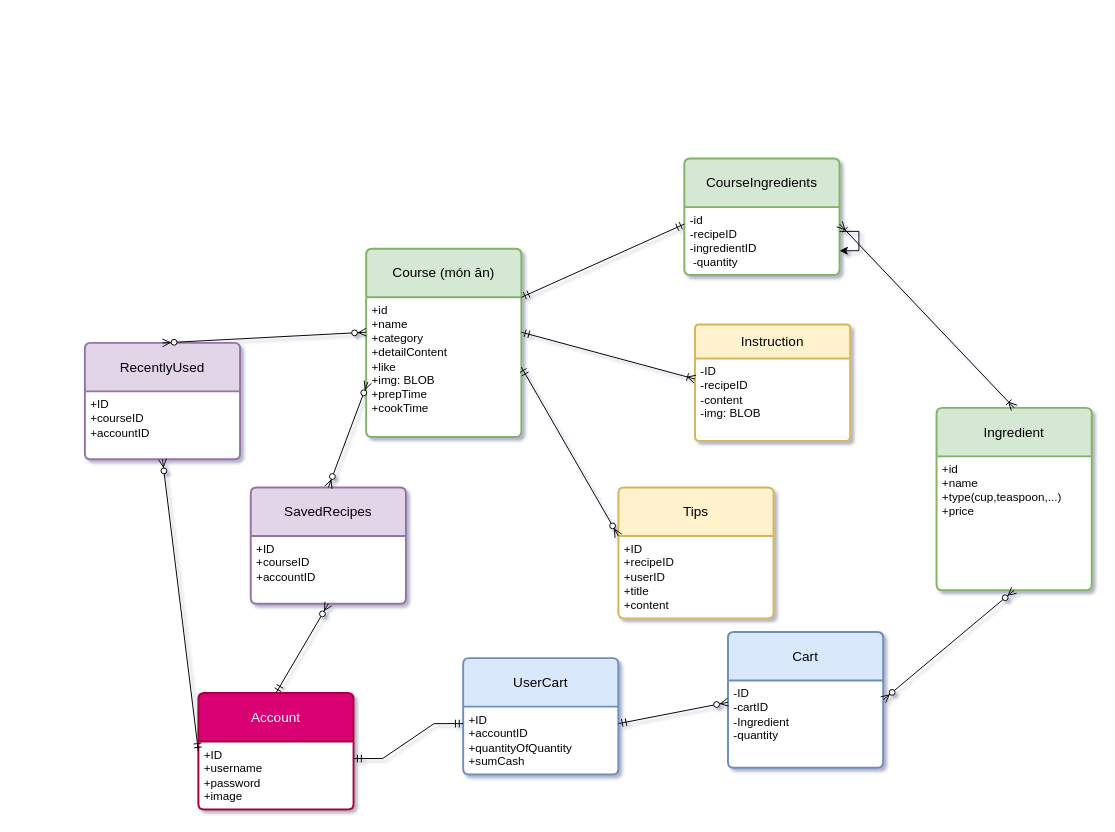
This is Untitled Diagram.drawio from HoKhanhDang/CookingApp, a draw.io file, before an edit. Source tidied: cells renumbered, new cells numbered last; positions are measured from the earlier drawing's top-left corner, leaving out a move shared by most shapes. Both pictures are drawn from the tidied source at 97%, with x=0, y=0 at pixel (84, 158).
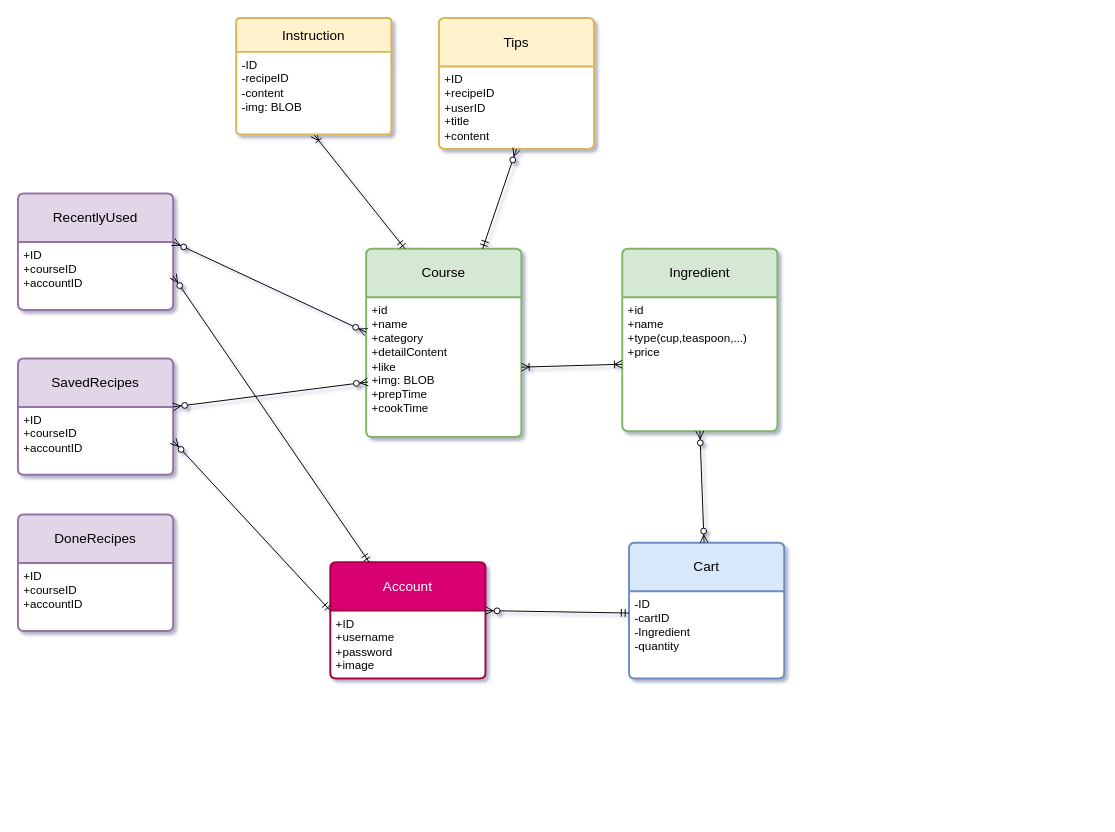
Above is the later version.

Unchanged cells that the change refers to:
```xml
<mxCell id="3" value="+id&lt;div&gt;+name&lt;/div&gt;&lt;div&gt;+type(cup,teaspoon,...)&lt;/div&gt;&lt;div&gt;+price&lt;/div&gt;&lt;div&gt;&lt;br&gt;&lt;/div&gt;" style="align=left;strokeColor=none;fillColor=none;spacingLeft=4;fontSize=12;verticalAlign=top;html=1;" parent="2" vertex="1">
  <mxGeometry y="50" width="160" height="138" as="geometry" />
</mxCell>
<mxCell id="5" value="+id&lt;div&gt;+name&lt;br&gt;&lt;div&gt;+category&lt;/div&gt;&lt;div&gt;&lt;div&gt;+detailContent&lt;/div&gt;&lt;div&gt;+like&lt;/div&gt;&lt;div&gt;+img: BLOB&lt;/div&gt;&lt;/div&gt;&lt;/div&gt;&lt;div&gt;&lt;div&gt;+prepTime&lt;/div&gt;&lt;div&gt;+cookTime&lt;/div&gt;&lt;/div&gt;" style="align=left;strokeColor=none;fillColor=none;spacingLeft=4;fontSize=12;verticalAlign=top;html=1;" parent="4" vertex="1">
  <mxGeometry y="50" width="160" height="144" as="geometry" />
</mxCell>
<mxCell id="9" value="+ID&lt;div&gt;+recipeID&lt;/div&gt;&lt;div&gt;&lt;div&gt;+userID&lt;/div&gt;&lt;div&gt;+title&lt;/div&gt;&lt;div&gt;+content&lt;/div&gt;&lt;div&gt;&amp;nbsp;&lt;/div&gt;&lt;/div&gt;" style="align=left;strokeColor=none;fillColor=none;spacingLeft=4;fontSize=12;verticalAlign=top;html=1;" parent="8" vertex="1">
  <mxGeometry y="50" width="160" height="85" as="geometry" />
</mxCell>
<mxCell id="14" value="+ID&lt;div&gt;+username&lt;/div&gt;&lt;div&gt;+password&lt;/div&gt;&lt;div&gt;+image&lt;/div&gt;" style="align=left;strokeColor=none;fillColor=none;spacingLeft=4;fontSize=12;verticalAlign=top;html=1;" parent="13" vertex="1">
  <mxGeometry y="50" width="160" height="70" as="geometry" />
</mxCell>
<mxCell id="16" value="+ID&lt;div&gt;+&lt;span style=&quot;background-color: initial;&quot;&gt;courseID&lt;/span&gt;&lt;/div&gt;&lt;div&gt;+accountID&lt;/div&gt;" style="align=left;strokeColor=none;fillColor=none;spacingLeft=4;fontSize=12;verticalAlign=top;html=1;swimlaneFillColor=default;" parent="15" vertex="1">
  <mxGeometry y="50" width="160" height="70" as="geometry" />
</mxCell>
<mxCell id="20" value="-ID&lt;div&gt;-cartID&lt;/div&gt;&lt;div&gt;-Ingredient&lt;/div&gt;&lt;div&gt;-quantity&lt;/div&gt;&lt;div&gt;&lt;br&gt;&lt;/div&gt;&lt;div&gt;&lt;br&gt;&lt;/div&gt;" style="align=left;strokeColor=none;fillColor=none;spacingLeft=4;fontSize=12;verticalAlign=top;html=1;" parent="19" vertex="1">
  <mxGeometry y="50" width="160" height="90" as="geometry" />
</mxCell>
<mxCell id="23" value="+ID&lt;div&gt;+courseID&lt;/div&gt;&lt;div&gt;+accountID&lt;/div&gt;" style="align=left;strokeColor=none;fillColor=none;spacingLeft=4;fontSize=12;verticalAlign=top;html=1;swimlaneFillColor=default;" parent="22" vertex="1">
  <mxGeometry y="50" width="160" height="70" as="geometry" />
</mxCell>
```

Change to the diagram source:
```diff
@@
     <mxCell id="2" value="Ingredient" style="swimlane;horizontal=1;startSize=50;rounded=1;fontSize=14;fontStyle=0;strokeWidth=2;shadow=0;dashed=0;align=center;arcSize=4;whiteSpace=wrap;html=1;swimlaneFillColor=default;fillColor=#d5e8d4;strokeColor=#82b366;" parent="1" vertex="1">
-      <mxGeometry x="878" y="257" width="160" height="188" as="geometry" />
+      <mxGeometry x="554" y="93" width="160" height="188" as="geometry" />
     </mxCell>
@@
-    <mxCell id="4" value="Course (món ăn)" style="swimlane;horizontal=1;startSize=50;rounded=1;fontSize=14;fontStyle=0;strokeWidth=2;shadow=0;dashed=0;align=center;arcSize=4;whiteSpace=wrap;html=1;swimlaneFillColor=default;fillColor=#d5e8d4;strokeColor=#82b366;" parent="1" vertex="1">
+    <mxCell id="4" value="Course" style="swimlane;horizontal=1;startSize=50;rounded=1;fontSize=14;fontStyle=0;strokeWidth=2;shadow=0;dashed=0;align=center;arcSize=4;whiteSpace=wrap;html=1;swimlaneFillColor=default;fillColor=#d5e8d4;strokeColor=#82b366;" parent="1" vertex="1">
       <mxGeometry x="290" y="93" width="160" height="194" as="geometry" />
     </mxCell>
@@
-    <mxCell id="6" value="Instruction" style="swimlane;horizontal=1;startSize=35;rounded=1;fontSize=14;fontStyle=0;strokeWidth=2;shadow=0;dashed=0;align=center;arcSize=4;whiteSpace=wrap;html=1;swimlaneFillColor=default;fillColor=#fff2cc;strokeColor=#d6b656;" parent="1" vertex="1">
-      <mxGeometry x="629" y="171" width="160" height="120" as="geometry" />
-    </mxCell>
-    <mxCell id="7" value="-ID&amp;nbsp;&amp;nbsp;&lt;div&gt;-recipeID&lt;/div&gt;&lt;div&gt;-content&lt;/div&gt;&lt;div&gt;-img: BLOB&lt;/div&gt;&lt;div&gt;&lt;br&gt;&lt;/div&gt;" style="align=left;strokeColor=none;fillColor=none;spacingLeft=4;fontSize=12;verticalAlign=top;html=1;" parent="6" vertex="1">
-      <mxGeometry y="35" width="160" height="85" as="geometry" />
-    </mxCell>
     <mxCell id="8" value="Tips" style="swimlane;horizontal=1;startSize=50;rounded=1;fontSize=14;fontStyle=0;strokeWidth=2;shadow=0;dashed=0;align=center;arcSize=4;whiteSpace=wrap;html=1;swimlaneFillColor=default;fillColor=#fff2cc;strokeColor=#d6b656;" parent="1" vertex="1">
-      <mxGeometry x="550" y="339" width="160" height="135" as="geometry" />
+      <mxGeometry x="365" y="-145" width="160" height="135" as="geometry" />
     </mxCell>
@@
-    <mxCell id="10" value="CourseIngredients" style="swimlane;horizontal=1;startSize=50;rounded=1;fontSize=14;fontStyle=0;strokeWidth=2;shadow=0;dashed=0;align=center;arcSize=4;whiteSpace=wrap;html=1;swimlaneFillColor=default;fillColor=#d5e8d4;strokeColor=#82b366;" parent="1" vertex="1">
-      <mxGeometry x="618" width="160" height="120" as="geometry" />
-    </mxCell>
-    <mxCell id="11" value="&lt;div&gt;-id&lt;/div&gt;-recipeID&lt;div&gt;&lt;span style=&quot;background-color: initial;&quot;&gt;-ingredientID&lt;/span&gt;&lt;/div&gt;&lt;div&gt;&lt;span style=&quot;background-color: initial;&quot;&gt;&amp;nbsp;-quantity&lt;/span&gt;&lt;/div&gt;" style="align=left;strokeColor=none;fillColor=none;spacingLeft=4;fontSize=12;verticalAlign=top;html=1;" parent="10" vertex="1">
-      <mxGeometry y="50" width="160" height="70" as="geometry" />
-    </mxCell>
-    <mxCell id="12" style="edgeStyle=orthogonalEdgeStyle;rounded=0;orthogonalLoop=1;jettySize=auto;html=1;" parent="10" edge="1" source="11" target="11">
-      <mxGeometry relative="1" as="geometry" />
-    </mxCell>
     <mxCell id="13" value="Account" style="swimlane;horizontal=1;startSize=50;rounded=1;fontSize=14;fontStyle=0;strokeWidth=2;shadow=0;dashed=0;align=center;arcSize=4;whiteSpace=wrap;html=1;swimlaneFillColor=default;fillColor=#d80073;fontColor=#ffffff;strokeColor=#A50040;" parent="1" vertex="1">
-      <mxGeometry x="117" y="551" width="160" height="120" as="geometry" />
+      <mxGeometry x="253" y="416" width="160" height="120" as="geometry" />
     </mxCell>
@@
     <mxCell id="15" value="RecentlyUsed" style="swimlane;horizontal=1;startSize=50;rounded=1;fontSize=14;fontStyle=0;strokeWidth=2;shadow=0;dashed=0;align=center;arcSize=4;whiteSpace=wrap;html=1;swimlaneFillColor=default;fillColor=#e1d5e7;strokeColor=#9673a6;" parent="1" vertex="1">
-      <mxGeometry y="190" width="160" height="120" as="geometry" />
+      <mxGeometry x="-69" y="36" width="160" height="120" as="geometry" />
     </mxCell>
@@
-    <mxCell id="17" value="UserCart" style="swimlane;horizontal=1;startSize=50;rounded=1;fontSize=14;fontStyle=0;strokeWidth=2;shadow=0;dashed=0;align=center;arcSize=4;whiteSpace=wrap;html=1;fillColor=#dae8fc;swimlaneFillColor=default;strokeColor=#6c8ebf;" parent="1" vertex="1">
-      <mxGeometry x="390" y="515" width="160" height="120" as="geometry" />
-    </mxCell>
-    <mxCell id="18" value="+ID&lt;div&gt;+accountID&lt;/div&gt;&lt;div&gt;+quantityOfQuantity&lt;/div&gt;&lt;div&gt;+sumCash&lt;/div&gt;" style="align=left;strokeColor=none;fillColor=none;spacingLeft=4;fontSize=12;verticalAlign=top;html=1;" parent="17" vertex="1">
-      <mxGeometry y="50" width="160" height="70" as="geometry" />
-    </mxCell>
     <mxCell id="19" value="Cart" style="swimlane;horizontal=1;startSize=50;rounded=1;fontSize=14;fontStyle=0;strokeWidth=2;shadow=0;dashed=0;align=center;arcSize=4;whiteSpace=wrap;html=1;fillColor=#dae8fc;swimlaneFillColor=default;strokeColor=#6c8ebf;" parent="1" vertex="1">
-      <mxGeometry x="663" y="488" width="160" height="140" as="geometry" />
+      <mxGeometry x="561" y="396" width="160" height="140" as="geometry" />
     </mxCell>
@@
     <mxCell id="22" value="SavedRecipes" style="swimlane;horizontal=1;startSize=50;rounded=1;fontSize=14;fontStyle=0;strokeWidth=2;shadow=0;dashed=0;align=center;arcSize=4;whiteSpace=wrap;html=1;swimlaneFillColor=default;fillColor=#e1d5e7;strokeColor=#9673a6;" parent="1" vertex="1">
-      <mxGeometry x="171" y="339" width="160" height="120" as="geometry" />
+      <mxGeometry x="-69" y="206" width="160" height="120" as="geometry" />
     </mxCell>
@@
-    <mxCell id="24" style="fontSize=12;html=1;endArrow=ERoneToMany;startArrow=ERoneToMany;rounded=0;entryX=0.5;entryY=0;entryDx=0;entryDy=0;exitX=1;exitY=0.25;exitDx=0;exitDy=0;" parent="1" edge="1" source="11" target="2">
+    <mxCell id="24" style="fontSize=12;html=1;endArrow=ERoneToMany;startArrow=ERoneToMany;rounded=0;exitX=0;exitY=0.5;exitDx=0;exitDy=0;entryX=1;entryY=0.5;entryDx=0;entryDy=0;" parent="1" edge="1" source="3" target="5">
       <mxGeometry relative="1" as="geometry" />
     </mxCell>
-    <mxCell id="25" style="fontSize=12;html=1;endArrow=ERmandOne;startArrow=ERmandOne;rounded=0;entryX=0;entryY=0.25;entryDx=0;entryDy=0;exitX=1;exitY=0;exitDx=0;exitDy=0;" parent="1" edge="1" source="5" target="11">
-      <mxGeometry relative="1" as="geometry" />
-    </mxCell>
-    <mxCell id="26" style="fontSize=12;html=1;endArrow=ERmandOne;startArrow=ERoneToMany;rounded=0;entryX=1;entryY=0.25;entryDx=0;entryDy=0;exitX=0;exitY=0.25;exitDx=0;exitDy=0;endFill=0;startFill=0;" parent="1" edge="1" source="7" target="5">
+    <mxCell id="26" style="fontSize=12;html=1;endArrow=ERmandOne;startArrow=ERoneToMany;rounded=0;exitX=0.5;exitY=1;exitDx=0;exitDy=0;endFill=0;startFill=0;entryX=0.25;entryY=0;entryDx=0;entryDy=0;" parent="1" edge="1" source="7" target="4">
       <mxGeometry relative="1" as="geometry" />
     </mxCell>
-    <mxCell id="27" style="fontSize=12;html=1;endArrow=ERzeroToMany;startArrow=ERmandOne;rounded=0;entryX=0;entryY=0;entryDx=0;entryDy=0;exitX=1;exitY=0.5;exitDx=0;exitDy=0;" parent="1" edge="1" source="5" target="9">
+    <mxCell id="27" style="fontSize=12;html=1;endArrow=ERzeroToMany;startArrow=ERmandOne;rounded=0;entryX=0.5;entryY=1;entryDx=0;entryDy=0;exitX=0.75;exitY=0;exitDx=0;exitDy=0;" parent="1" edge="1" source="4" target="9">
       <mxGeometry relative="1" as="geometry" />
     </mxCell>
-    <mxCell id="28" style="edgeStyle=entityRelationEdgeStyle;fontSize=12;html=1;endArrow=ERmandOne;startArrow=ERmandOne;rounded=0;entryX=1;entryY=0.25;entryDx=0;entryDy=0;exitX=0;exitY=0.25;exitDx=0;exitDy=0;" parent="1" edge="1" source="18" target="14">
-      <mxGeometry relative="1" as="geometry" />
-    </mxCell>
-    <mxCell id="29" style="fontSize=12;html=1;endArrow=ERzeroToMany;startArrow=ERmandOne;rounded=0;exitX=1;exitY=0.25;exitDx=0;exitDy=0;entryX=0;entryY=0.25;entryDx=0;entryDy=0;" parent="1" edge="1" source="18" target="20">
+    <mxCell id="29" style="fontSize=12;html=1;endArrow=ERzeroToMany;startArrow=ERmandOne;rounded=0;exitX=0;exitY=0.25;exitDx=0;exitDy=0;entryX=1;entryY=0;entryDx=0;entryDy=0;" parent="1" edge="1" source="20" target="14">
       <mxGeometry relative="1" as="geometry" />
     </mxCell>
-    <mxCell id="30" style="fontSize=12;html=1;endArrow=ERzeroToMany;startArrow=ERmandOne;rounded=0;exitX=0.5;exitY=0;exitDx=0;exitDy=0;entryX=0.5;entryY=1;entryDx=0;entryDy=0;" parent="1" edge="1" source="13" target="23">
+    <mxCell id="30" style="fontSize=12;html=1;endArrow=ERzeroToMany;startArrow=ERmandOne;rounded=0;exitX=0;exitY=0;exitDx=0;exitDy=0;entryX=1;entryY=0.5;entryDx=0;entryDy=0;" parent="1" edge="1" source="14" target="23">
       <mxGeometry relative="1" as="geometry" />
     </mxCell>
-    <mxCell id="31" style="fontSize=12;html=1;endArrow=ERzeroToMany;endFill=1;startArrow=ERzeroToMany;rounded=0;exitX=0.5;exitY=0;exitDx=0;exitDy=0;entryX=0.011;entryY=0.606;entryDx=0;entryDy=0;entryPerimeter=0;" parent="1" edge="1" source="22" target="5">
+    <mxCell id="31" style="fontSize=12;html=1;endArrow=ERzeroToMany;endFill=1;startArrow=ERzeroToMany;rounded=0;exitX=1;exitY=0;exitDx=0;exitDy=0;entryX=0.011;entryY=0.606;entryDx=0;entryDy=0;entryPerimeter=0;" parent="1" edge="1" source="23" target="5">
       <mxGeometry relative="1" as="geometry" />
     </mxCell>
-    <mxCell id="32" style="fontSize=12;html=1;endArrow=ERzeroToMany;endFill=1;startArrow=ERzeroToMany;rounded=0;exitX=0.5;exitY=0;exitDx=0;exitDy=0;entryX=0;entryY=0.25;entryDx=0;entryDy=0;" parent="1" edge="1" source="15" target="5">
+    <mxCell id="32" style="fontSize=12;html=1;endArrow=ERzeroToMany;endFill=1;startArrow=ERzeroToMany;rounded=0;exitX=1;exitY=0;exitDx=0;exitDy=0;entryX=0;entryY=0.25;entryDx=0;entryDy=0;" parent="1" edge="1" source="16" target="5">
       <mxGeometry relative="1" as="geometry" />
     </mxCell>
-    <mxCell id="33" style="fontSize=12;html=1;endArrow=ERzeroToMany;startArrow=ERmandOne;rounded=0;exitX=0;exitY=0.5;exitDx=0;exitDy=0;entryX=0.5;entryY=1;entryDx=0;entryDy=0;" parent="1" edge="1" source="13" target="16">
+    <mxCell id="33" style="fontSize=12;html=1;endArrow=ERzeroToMany;startArrow=ERmandOne;rounded=0;exitX=0.25;exitY=0;exitDx=0;exitDy=0;entryX=1;entryY=0.5;entryDx=0;entryDy=0;" parent="1" edge="1" source="13" target="16">
       <mxGeometry relative="1" as="geometry" />
     </mxCell>
-    <mxCell id="34" style="fontSize=12;html=1;endArrow=ERzeroToMany;endFill=1;startArrow=ERzeroToMany;rounded=0;entryX=0.5;entryY=1;entryDx=0;entryDy=0;exitX=1;exitY=0.5;exitDx=0;exitDy=0;" parent="1" edge="1" source="19" target="3">
+    <mxCell id="34" style="fontSize=12;html=1;endArrow=ERzeroToMany;endFill=1;startArrow=ERzeroToMany;rounded=0;entryX=0.5;entryY=1;entryDx=0;entryDy=0;" parent="1" edge="1" source="19" target="3">
       <mxGeometry relative="1" as="geometry" />
     </mxCell>
+    <mxCell id="6" value="Instruction" style="swimlane;horizontal=1;startSize=35;rounded=1;fontSize=14;fontStyle=0;strokeWidth=2;shadow=0;dashed=0;align=center;arcSize=4;whiteSpace=wrap;html=1;swimlaneFillColor=default;fillColor=#fff2cc;strokeColor=#d6b656;" parent="1" vertex="1">
+      <mxGeometry x="156" y="-145" width="160" height="120" as="geometry" />
+    </mxCell>
+    <mxCell id="7" value="-ID&amp;nbsp;&amp;nbsp;&lt;div&gt;-recipeID&lt;/div&gt;&lt;div&gt;-content&lt;/div&gt;&lt;div&gt;-img: BLOB&lt;/div&gt;&lt;div&gt;&lt;br&gt;&lt;/div&gt;" style="align=left;strokeColor=none;fillColor=none;spacingLeft=4;fontSize=12;verticalAlign=top;html=1;" parent="6" vertex="1">
+      <mxGeometry y="35" width="160" height="85" as="geometry" />
+    </mxCell>
+    <mxCell id="35" value="DoneRecipes" style="swimlane;horizontal=1;startSize=50;rounded=1;fontSize=14;fontStyle=0;strokeWidth=2;shadow=0;dashed=0;align=center;arcSize=4;whiteSpace=wrap;html=1;swimlaneFillColor=default;fillColor=#e1d5e7;strokeColor=#9673a6;" parent="1" vertex="1">
+      <mxGeometry x="-69" y="367" width="160" height="120" as="geometry" />
+    </mxCell>
+    <mxCell id="36" value="+ID&lt;div&gt;+courseID&lt;/div&gt;&lt;div&gt;+accountID&lt;/div&gt;" style="align=left;strokeColor=none;fillColor=none;spacingLeft=4;fontSize=12;verticalAlign=top;html=1;swimlaneFillColor=default;" parent="35" vertex="1">
+      <mxGeometry y="50" width="160" height="70" as="geometry" />
+    </mxCell>
```
